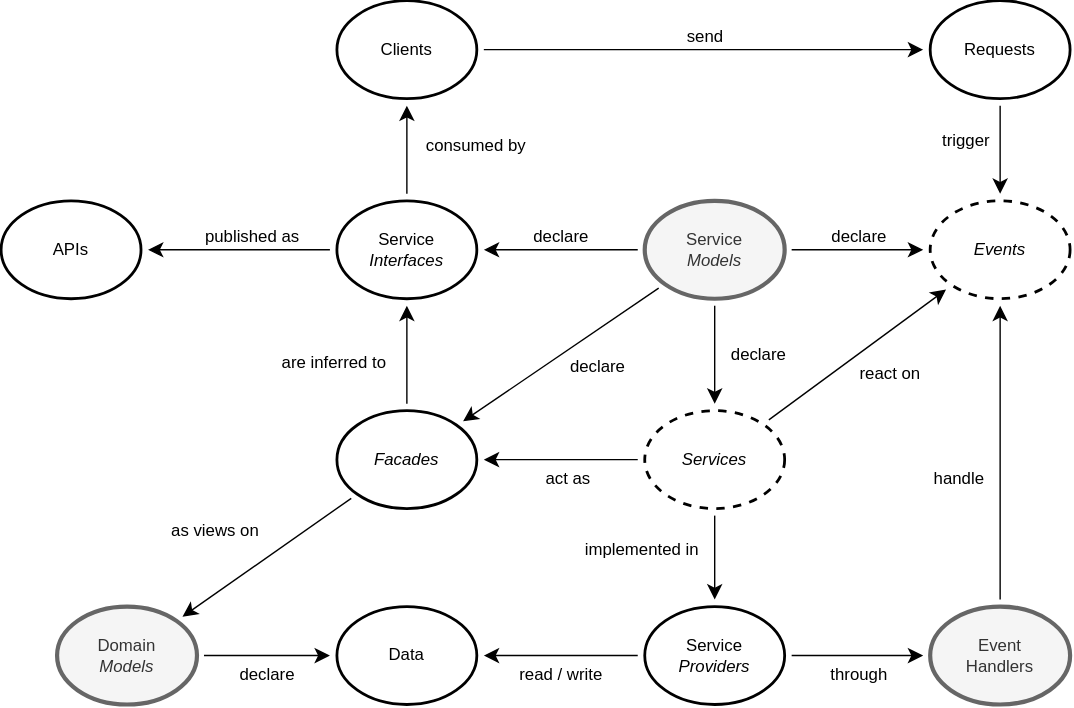
The draw.io diagram get-started/assets/concepts/key-concepts.drawio.svg in capire/docs, before a commit. Source tidied: cells renumbered, new cells last; positions are measured from the earlier drawing's top-left corner, leaving out a move shared by most shapes.
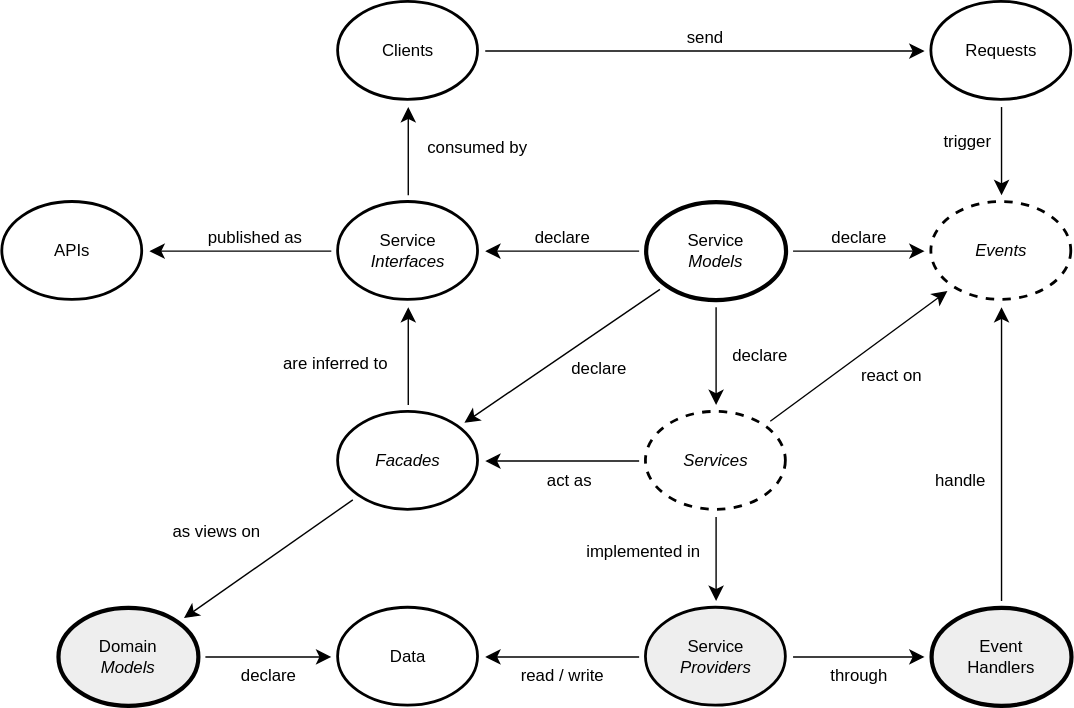
The same file after the commit.

Change to the diagram source:
```diff
@@ -2,91 +2,91 @@
   <root>
     <mxCell id="0" />
     <mxCell id="1" parent="0" />
-    <mxCell id="2" value="declare" style="edgeStyle=none;curved=1;rounded=0;jettySize=auto;html=1;fontSize=12;startSize=8;endSize=8;labelBackgroundColor=none;align=left;" parent="1" edge="1" source="6" target="5">
+    <mxCell id="2" value="declare" style="edgeStyle=none;curved=1;rounded=0;jettySize=auto;html=1;fontSize=12;startSize=8;endSize=8;labelBackgroundColor=none;align=left;fontColor=light-dark(#000000,#000000);strokeColor=light-dark(#000000,#000000);" parent="1" edge="1" source="6" target="5">
       <mxGeometry y="10" relative="1" as="geometry" />
     </mxCell>
-    <mxCell id="3" value="act as" style="edgeStyle=none;curved=1;rounded=0;jettySize=auto;html=1;fontSize=12;startSize=8;endSize=8;labelBackgroundColor=none;verticalAlign=top;" parent="1" edge="1" source="5" target="11">
+    <mxCell id="3" value="act as" style="edgeStyle=none;curved=1;rounded=0;jettySize=auto;html=1;fontSize=12;startSize=8;endSize=8;labelBackgroundColor=none;verticalAlign=top;fontColor=light-dark(#000000,#000000);strokeColor=light-dark(#000000,#000000);" parent="1" edge="1" source="5" target="11">
       <mxGeometry x="-0.08" relative="1" as="geometry" />
     </mxCell>
-    <mxCell id="4" value="implemented in" style="edgeStyle=none;curved=1;rounded=0;jettySize=auto;html=1;fontSize=12;startSize=8;endSize=8;labelBackgroundColor=none;align=right;" parent="1" edge="1" source="5" target="14">
+    <mxCell id="4" value="implemented in" style="edgeStyle=none;curved=1;rounded=0;jettySize=auto;html=1;fontSize=12;startSize=8;endSize=8;labelBackgroundColor=none;align=right;fontColor=light-dark(#000000,#000000);strokeColor=light-dark(#000000,#000000);" parent="1" edge="1" source="5" target="14">
       <mxGeometry x="-0.16" y="-10" relative="1" as="geometry" />
     </mxCell>
-    <mxCell id="5" value="Services" style="ellipse;whiteSpace=wrap;html=1;strokeWidth=2;perimeterSpacing=5;fontSize=12;labelBackgroundColor=none;fontStyle=2;dashed=1;" parent="1" vertex="1">
+    <mxCell id="5" value="Services" style="ellipse;whiteSpace=wrap;html=1;strokeWidth=2;perimeterSpacing=5;fontSize=12;labelBackgroundColor=none;fontStyle=2;dashed=1;fontColor=light-dark(#000000,#000000);fillColor=#FFFFFF;strokeColor=light-dark(#000000,#000000);" parent="1" vertex="1">
       <mxGeometry x="460" y="293" width="100" height="70" as="geometry" />
     </mxCell>
-    <mxCell id="6" value="Service &lt;br&gt;&lt;i&gt;Models&lt;/i&gt;" style="ellipse;whiteSpace=wrap;html=1;strokeWidth=3;perimeterSpacing=5;fontSize=12;labelBackgroundColor=none;fillColor=#f5f5f5;fontColor=#333333;strokeColor=#666666;" parent="1" vertex="1">
+    <mxCell id="6" value="Service &lt;br&gt;&lt;i&gt;Models&lt;/i&gt;" style="ellipse;whiteSpace=wrap;html=1;strokeWidth=3;perimeterSpacing=5;fontSize=12;labelBackgroundColor=none;fillColor=#FFFFFF;fontColor=light-dark(#000000,#000000);strokeColor=light-dark(#000000,#000000);" parent="1" vertex="1">
       <mxGeometry x="460" y="143" width="100" height="70" as="geometry" />
     </mxCell>
-    <mxCell id="7" value="published as&amp;nbsp;" style="edgeStyle=none;curved=1;rounded=0;jettySize=auto;html=1;fontSize=12;startSize=8;endSize=8;align=center;labelBackgroundColor=none;verticalAlign=bottom;" parent="1" edge="1" source="9" target="16">
+    <mxCell id="7" value="published as&amp;nbsp;" style="edgeStyle=none;curved=1;rounded=0;jettySize=auto;html=1;fontSize=12;startSize=8;endSize=8;align=center;labelBackgroundColor=none;verticalAlign=bottom;fontColor=light-dark(#000000,#000000);strokeColor=light-dark(#000000,#000000);" parent="1" edge="1" source="9" target="16">
       <mxGeometry x="-0.18" relative="1" as="geometry" />
     </mxCell>
-    <mxCell id="8" value="consumed by" style="edgeStyle=none;curved=1;rounded=0;jettySize=auto;html=1;fontSize=12;startSize=8;endSize=8;labelBackgroundColor=none;align=left;" parent="1" edge="1" source="9" target="17">
+    <mxCell id="8" value="consumed by" style="edgeStyle=none;curved=1;rounded=0;jettySize=auto;html=1;fontSize=12;startSize=8;endSize=8;labelBackgroundColor=none;align=left;fontColor=light-dark(#000000,#000000);strokeColor=light-dark(#000000,#000000);" parent="1" edge="1" source="9" target="17">
       <mxGeometry x="0.07" y="-12" relative="1" as="geometry" />
     </mxCell>
-    <mxCell id="9" value="Service &lt;br style=&quot;font-size: 12px;&quot;&gt;&lt;i&gt;Interfaces&lt;/i&gt;" style="ellipse;whiteSpace=wrap;html=1;strokeWidth=2;perimeterSpacing=5;fontSize=12;labelBackgroundColor=none;" parent="1" vertex="1">
+    <mxCell id="9" value="Service &lt;br style=&quot;font-size: 12px;&quot;&gt;&lt;i&gt;Interfaces&lt;/i&gt;" style="ellipse;whiteSpace=wrap;html=1;strokeWidth=2;perimeterSpacing=5;fontSize=12;labelBackgroundColor=none;fontColor=light-dark(#000000,#000000);fillColor=#FFFFFF;strokeColor=light-dark(#000000,#000000);" parent="1" vertex="1">
       <mxGeometry x="240" y="143" width="100" height="70" as="geometry" />
     </mxCell>
-    <mxCell id="10" value="as views on&amp;nbsp;" style="edgeStyle=none;curved=1;rounded=0;jettySize=auto;html=1;fontSize=12;startSize=8;endSize=8;labelBackgroundColor=none;verticalAlign=middle;align=right;" parent="1" edge="1" source="11" target="13">
+    <mxCell id="10" value="as views on&amp;nbsp;" style="edgeStyle=none;curved=1;rounded=0;jettySize=auto;html=1;fontSize=12;startSize=8;endSize=8;labelBackgroundColor=none;verticalAlign=middle;align=right;fontColor=light-dark(#000000,#000000);strokeColor=light-dark(#000000,#000000);" parent="1" edge="1" source="11" target="13">
       <mxGeometry x="-0.13" y="-16" relative="1" as="geometry" />
     </mxCell>
-    <mxCell id="11" value="Facades" style="ellipse;whiteSpace=wrap;html=1;strokeWidth=2;perimeterSpacing=5;fontSize=12;labelBackgroundColor=none;fontStyle=2;" parent="1" vertex="1">
+    <mxCell id="11" value="Facades" style="ellipse;whiteSpace=wrap;html=1;strokeWidth=2;perimeterSpacing=5;fontSize=12;labelBackgroundColor=none;fontStyle=2;fontColor=light-dark(#000000,#000000);fillColor=#FFFFFF;strokeColor=light-dark(#000000,#000000);" parent="1" vertex="1">
       <mxGeometry x="240" y="293" width="100" height="70" as="geometry" />
     </mxCell>
-    <mxCell id="12" value="&amp;nbsp;are inferred to&amp;nbsp;" style="edgeStyle=none;curved=1;rounded=0;jettySize=auto;html=1;fontSize=12;startSize=8;endSize=8;labelBackgroundColor=none;align=right;" parent="1" edge="1" source="11" target="9">
+    <mxCell id="12" value="&amp;nbsp;are inferred to&amp;nbsp;" style="edgeStyle=none;curved=1;rounded=0;jettySize=auto;html=1;fontSize=12;startSize=8;endSize=8;labelBackgroundColor=none;align=right;fontColor=light-dark(#000000,#000000);" parent="1" edge="1" source="11" target="9">
       <mxGeometry x="-0.18" y="10" relative="1" as="geometry" />
     </mxCell>
-    <mxCell id="13" value="Domain &lt;br style=&quot;font-size: 12px;&quot;&gt;&lt;i&gt;Models&lt;/i&gt;" style="ellipse;whiteSpace=wrap;html=1;strokeWidth=3;perimeterSpacing=5;fontSize=12;labelBackgroundColor=none;fillColor=#f5f5f5;fontColor=#333333;strokeColor=#666666;" parent="1" vertex="1">
+    <mxCell id="13" value="Domain &lt;br style=&quot;font-size: 12px;&quot;&gt;&lt;i&gt;Models&lt;/i&gt;" style="ellipse;whiteSpace=wrap;html=1;strokeWidth=3;perimeterSpacing=5;fontSize=12;labelBackgroundColor=none;fillColor=#EEEEEE;fontColor=light-dark(#000000,#000000);strokeColor=#000000;" parent="1" vertex="1">
       <mxGeometry x="40" y="433" width="100" height="70" as="geometry" />
     </mxCell>
-    <mxCell id="14" value="Service &lt;br style=&quot;font-size: 12px;&quot;&gt;&lt;i&gt;Providers&lt;/i&gt;" style="ellipse;whiteSpace=wrap;html=1;strokeWidth=2;perimeterSpacing=5;fontSize=12;labelBackgroundColor=none;" parent="1" vertex="1">
+    <mxCell id="14" value="Service &lt;br style=&quot;font-size: 12px;&quot;&gt;&lt;i&gt;Providers&lt;/i&gt;" style="ellipse;whiteSpace=wrap;html=1;strokeWidth=2;perimeterSpacing=5;fontSize=12;labelBackgroundColor=none;fontColor=light-dark(#000000,#000000);fillStyle=solid;fillColor=#EEEEEE;strokeColor=#000000;" parent="1" vertex="1">
       <mxGeometry x="460" y="433" width="100" height="70" as="geometry" />
     </mxCell>
-    <mxCell id="15" value="&amp;nbsp;read / write&amp;nbsp;" style="edgeStyle=none;curved=1;rounded=0;jettySize=auto;html=1;fontSize=12;startSize=8;endSize=8;labelBackgroundColor=none;verticalAlign=top;" parent="1" edge="1" source="14" target="20">
+    <mxCell id="15" value="&amp;nbsp;read / write&amp;nbsp;" style="edgeStyle=none;curved=1;rounded=0;jettySize=auto;html=1;fontSize=12;startSize=8;endSize=8;labelBackgroundColor=none;verticalAlign=top;fontColor=light-dark(#000000,#000000);strokeColor=light-dark(#000000,#000000);" parent="1" edge="1" source="14" target="20">
       <mxGeometry relative="1" as="geometry" />
     </mxCell>
-    <mxCell id="16" value="APIs" style="ellipse;whiteSpace=wrap;html=1;strokeWidth=2;perimeterSpacing=5;fontSize=12;labelBackgroundColor=none;" parent="1" vertex="1">
+    <mxCell id="16" value="APIs" style="ellipse;whiteSpace=wrap;html=1;strokeWidth=2;perimeterSpacing=5;fontSize=12;labelBackgroundColor=none;fontColor=light-dark(#000000,#000000);fillStyle=solid;fillColor=#FFFFFF;strokeColor=light-dark(#000000,#000000);" parent="1" vertex="1">
       <mxGeometry y="143" width="100" height="70" as="geometry" />
     </mxCell>
-    <mxCell id="17" value="Clients" style="ellipse;whiteSpace=wrap;html=1;strokeWidth=2;perimeterSpacing=5;fontSize=12;labelBackgroundColor=none;" parent="1" vertex="1">
+    <mxCell id="17" value="Clients" style="ellipse;whiteSpace=wrap;html=1;strokeWidth=2;perimeterSpacing=5;fontSize=12;labelBackgroundColor=none;fontColor=light-dark(#000000,#000000);fillColor=#FFFFFF;strokeColor=light-dark(#000000,#000000);" parent="1" vertex="1">
       <mxGeometry x="240" width="100" height="70" as="geometry" />
     </mxCell>
-    <mxCell id="18" value="declare" style="edgeStyle=none;curved=1;rounded=0;jettySize=auto;html=1;fontSize=12;startSize=8;endSize=8;labelBackgroundColor=none;align=left;" parent="1" edge="1" source="6" target="11">
+    <mxCell id="18" value="declare" style="edgeStyle=none;curved=1;rounded=0;jettySize=auto;html=1;fontSize=12;startSize=8;endSize=8;labelBackgroundColor=none;align=left;fontColor=light-dark(#000000,#000000);strokeColor=light-dark(#000000,#000000);" parent="1" edge="1" source="6" target="11">
       <mxGeometry y="10" relative="1" as="geometry" />
     </mxCell>
-    <mxCell id="19" value="declare" style="edgeStyle=none;curved=1;rounded=0;jettySize=auto;html=1;fontSize=12;startSize=8;endSize=8;labelBackgroundColor=none;align=center;verticalAlign=bottom;" parent="1" edge="1" source="6" target="9">
+    <mxCell id="19" value="declare" style="edgeStyle=none;curved=1;rounded=0;jettySize=auto;html=1;fontSize=12;startSize=8;endSize=8;labelBackgroundColor=none;align=center;verticalAlign=bottom;fontColor=light-dark(#000000,#000000);strokeColor=light-dark(#000000,#000000);" parent="1" edge="1" source="6" target="9">
       <mxGeometry relative="1" as="geometry" />
     </mxCell>
-    <mxCell id="20" value="Data" style="ellipse;whiteSpace=wrap;html=1;strokeWidth=2;perimeterSpacing=5;fontSize=12;labelBackgroundColor=none;" parent="1" vertex="1">
+    <mxCell id="20" value="Data" style="ellipse;whiteSpace=wrap;html=1;strokeWidth=2;perimeterSpacing=5;fontSize=12;labelBackgroundColor=none;fontColor=light-dark(#000000,#000000);fillColor=#FFFFFF;strokeColor=#000000;" parent="1" vertex="1">
       <mxGeometry x="240" y="433" width="100" height="70" as="geometry" />
     </mxCell>
-    <mxCell id="21" value="declare" style="edgeStyle=none;curved=1;rounded=0;jettySize=auto;html=1;fontSize=12;startSize=8;endSize=8;labelBackgroundColor=none;align=center;verticalAlign=top;" parent="1" edge="1" source="13" target="20">
+    <mxCell id="21" value="declare" style="edgeStyle=none;curved=1;rounded=0;jettySize=auto;html=1;fontSize=12;startSize=8;endSize=8;labelBackgroundColor=none;align=center;verticalAlign=top;fontColor=light-dark(#000000,#000000);strokeColor=light-dark(#000000,#000000);" parent="1" edge="1" source="13" target="20">
       <mxGeometry relative="1" as="geometry" />
     </mxCell>
-    <mxCell id="22" value="Event &lt;br&gt;Handlers" style="ellipse;whiteSpace=wrap;html=1;strokeWidth=3;perimeterSpacing=5;fontSize=12;labelBackgroundColor=none;fillColor=#f5f5f5;fontColor=#333333;strokeColor=#666666;" parent="1" vertex="1">
+    <mxCell id="22" value="Event &lt;br&gt;Handlers" style="ellipse;whiteSpace=wrap;html=1;strokeWidth=3;perimeterSpacing=5;fontSize=12;labelBackgroundColor=none;fillColor=#EEEEEE;fontColor=light-dark(#000000,#000000);strokeColor=#000000;" parent="1" vertex="1">
       <mxGeometry x="664" y="433" width="100" height="70" as="geometry" />
     </mxCell>
-    <mxCell id="23" value="through" style="edgeStyle=none;curved=1;rounded=0;jettySize=auto;html=1;fontSize=12;startSize=8;endSize=8;labelBackgroundColor=none;align=center;verticalAlign=top;" parent="1" edge="1" source="14" target="22">
+    <mxCell id="23" value="through" style="edgeStyle=none;curved=1;rounded=0;jettySize=auto;html=1;fontSize=12;startSize=8;endSize=8;labelBackgroundColor=none;align=center;verticalAlign=top;fontColor=light-dark(#000000,#000000);strokeColor=#000000;" parent="1" edge="1" source="14" target="22">
       <mxGeometry relative="1" as="geometry" />
     </mxCell>
-    <mxCell id="24" value="Events" style="ellipse;whiteSpace=wrap;html=1;strokeWidth=2;perimeterSpacing=5;fontSize=12;labelBackgroundColor=none;fontStyle=2;dashed=1;" parent="1" vertex="1">
+    <mxCell id="24" value="Events" style="ellipse;whiteSpace=wrap;html=1;strokeWidth=2;perimeterSpacing=5;fontSize=12;labelBackgroundColor=none;fontStyle=2;dashed=1;fontColor=light-dark(#000000,#000000);fillColor=#FFFFFF;strokeColor=light-dark(#000000,#000000);" parent="1" vertex="1">
       <mxGeometry x="664" y="143" width="100" height="70" as="geometry" />
     </mxCell>
-    <mxCell id="25" value="declare" style="edgeStyle=none;curved=1;rounded=0;jettySize=auto;html=1;fontSize=12;startSize=8;endSize=8;labelBackgroundColor=none;align=center;verticalAlign=bottom;" parent="1" edge="1" source="6" target="24">
+    <mxCell id="25" value="declare" style="edgeStyle=none;curved=1;rounded=0;jettySize=auto;html=1;fontSize=12;startSize=8;endSize=8;labelBackgroundColor=none;align=center;verticalAlign=bottom;fontColor=light-dark(#000000,#000000);strokeColor=light-dark(#000000,#000000);" parent="1" edge="1" source="6" target="24">
       <mxGeometry relative="1" as="geometry" />
     </mxCell>
-    <mxCell id="26" value="react on" style="edgeStyle=none;curved=1;rounded=0;jettySize=auto;html=1;fontSize=12;startSize=8;endSize=8;labelBackgroundColor=none;align=left;verticalAlign=top;" parent="1" edge="1" source="5" target="24">
+    <mxCell id="26" value="react on" style="edgeStyle=none;curved=1;rounded=0;jettySize=auto;html=1;fontSize=12;startSize=8;endSize=8;labelBackgroundColor=none;align=left;verticalAlign=top;fontColor=light-dark(#000000,#000000);strokeColor=#000000;" parent="1" edge="1" source="5" target="24">
       <mxGeometry relative="1" as="geometry" />
     </mxCell>
-    <mxCell id="27" value="handle" style="edgeStyle=none;curved=1;rounded=0;jettySize=auto;html=1;fontSize=12;startSize=8;endSize=8;labelBackgroundColor=none;align=right;" parent="1" edge="1" source="22" target="24">
+    <mxCell id="27" value="handle" style="edgeStyle=none;curved=1;rounded=0;jettySize=auto;html=1;fontSize=12;startSize=8;endSize=8;labelBackgroundColor=none;align=right;fontColor=light-dark(#000000,#000000);strokeColor=#000000;" parent="1" edge="1" source="22" target="24">
       <mxGeometry x="-0.18" y="10" relative="1" as="geometry" />
     </mxCell>
-    <mxCell id="28" value="send" style="edgeStyle=none;curved=1;rounded=0;jettySize=auto;html=1;fontSize=12;startSize=8;endSize=8;labelBackgroundColor=none;align=center;verticalAlign=bottom;" parent="1" edge="1" source="17" target="29">
+    <mxCell id="28" value="send" style="edgeStyle=none;curved=1;rounded=0;jettySize=auto;html=1;fontSize=12;startSize=8;endSize=8;labelBackgroundColor=none;align=center;verticalAlign=bottom;fontColor=light-dark(#000000,#000000);strokeColor=light-dark(#000000,#000000);" parent="1" edge="1" source="17" target="29">
       <mxGeometry relative="1" as="geometry" />
     </mxCell>
-    <mxCell id="29" value="Requests" style="ellipse;whiteSpace=wrap;html=1;strokeWidth=2;perimeterSpacing=5;fontSize=12;labelBackgroundColor=none;" parent="1" vertex="1">
+    <mxCell id="29" value="Requests" style="ellipse;whiteSpace=wrap;html=1;strokeWidth=2;perimeterSpacing=5;fontSize=12;labelBackgroundColor=none;fontColor=light-dark(#000000,#000000);fillColor=#FFFFFF;strokeColor=light-dark(#000000,#000000);" parent="1" vertex="1">
       <mxGeometry x="664" width="100" height="70" as="geometry" />
     </mxCell>
-    <mxCell id="30" value="trigger" style="edgeStyle=none;curved=1;rounded=0;jettySize=auto;html=1;fontSize=12;startSize=8;endSize=8;labelBackgroundColor=none;align=right;" parent="1" edge="1" source="29" target="24">
+    <mxCell id="30" value="trigger" style="edgeStyle=none;curved=1;rounded=0;jettySize=auto;html=1;fontSize=12;startSize=8;endSize=8;labelBackgroundColor=none;align=right;fontColor=light-dark(#000000,#000000);strokeColor=light-dark(#000000,#000000);" parent="1" edge="1" source="29" target="24">
       <mxGeometry x="-0.2" y="-6" relative="1" as="geometry" />
     </mxCell>
   </root>
```
